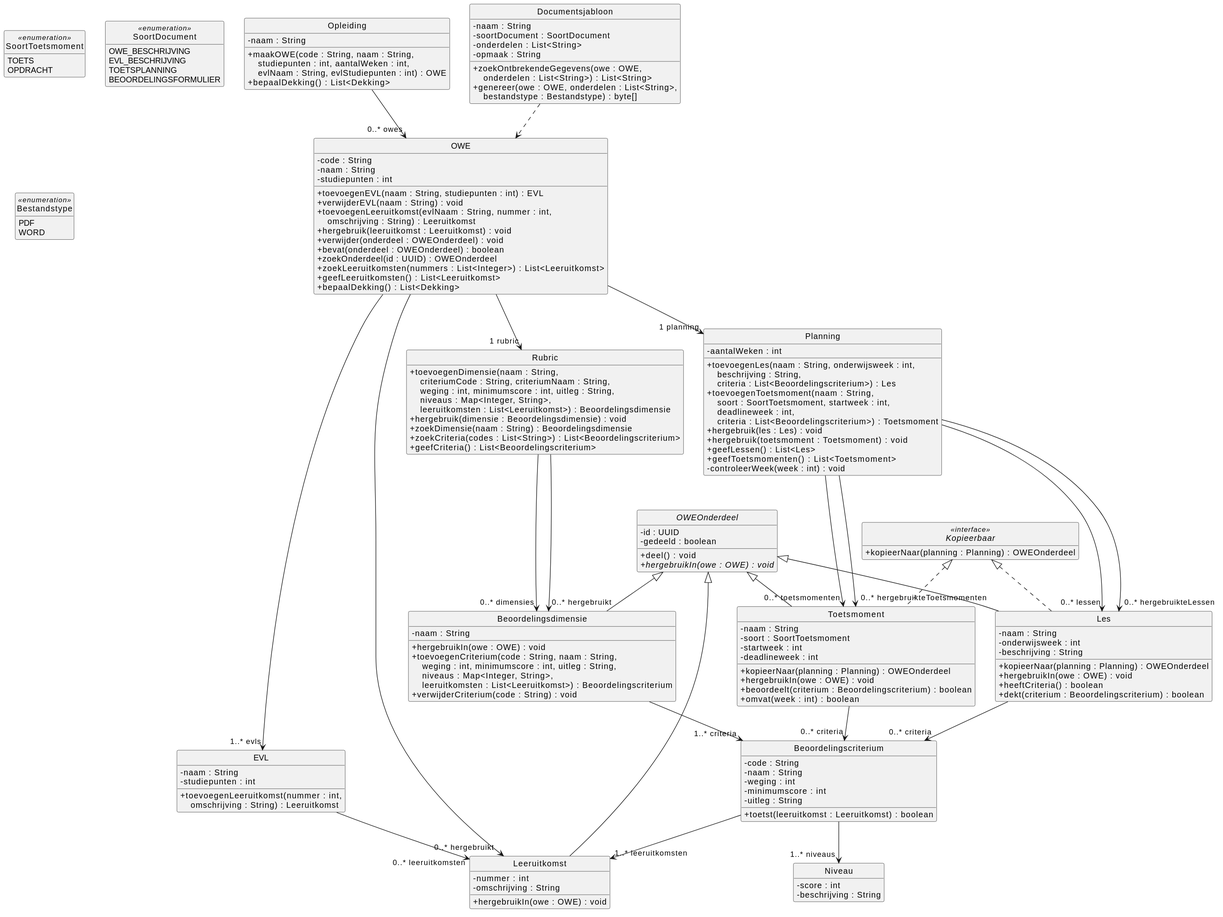
Earlier version of the PlantUML export docs/diagrams/klassendiagram-domein.svg (HAN-Craftsmanship-KL-JJG/casus).
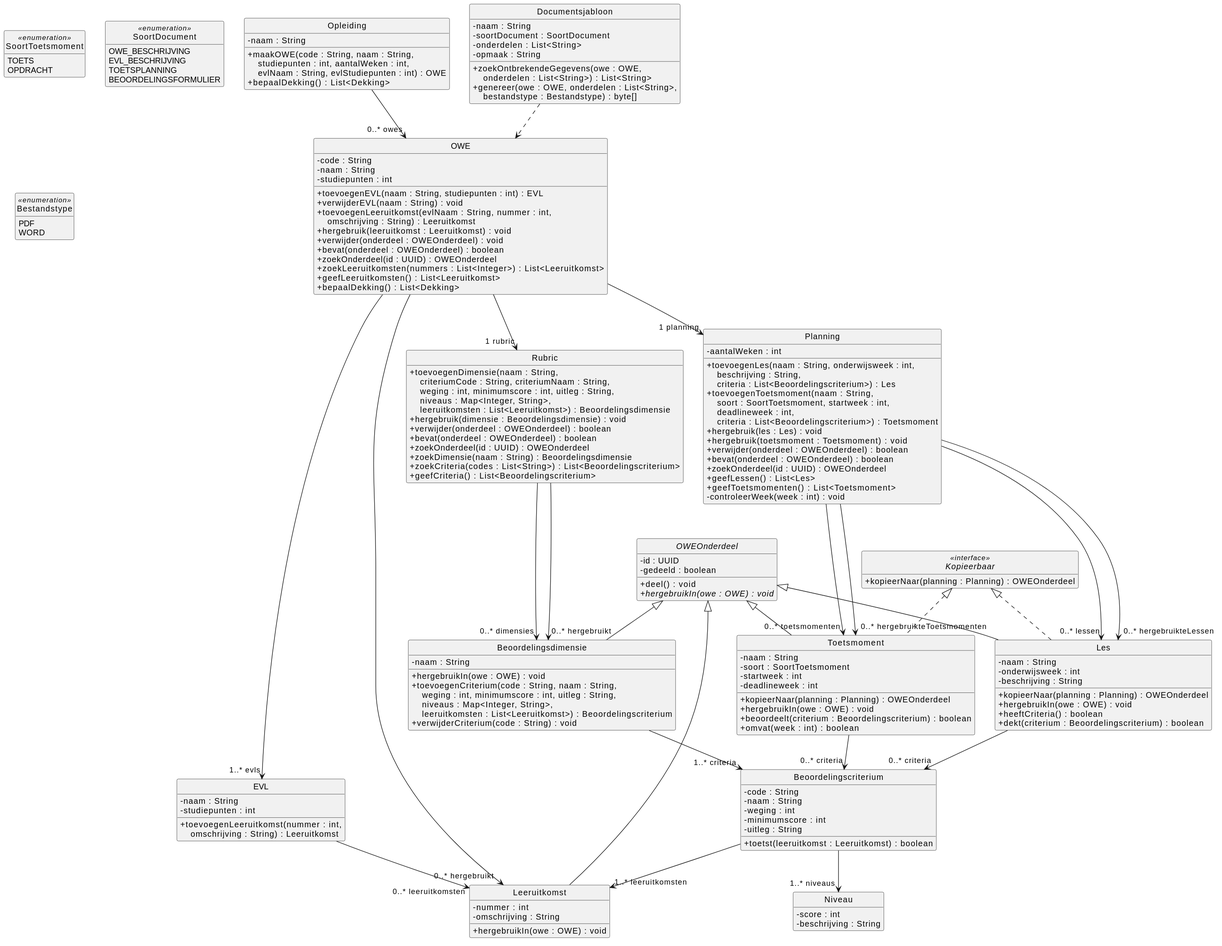
Later version of the same file.

Diff of the diagram source:
```diff
@@ -30,6 +30,9 @@
 class Rubric {
   + toevoegenDimensie(naam : String,\n    criteriumCode : String, criteriumNaam : String,\n    weging : int, minimumscore : int, uitleg : String,\n    niveaus : Map<Integer, String>,\n    leeruitkomsten : List<Leeruitkomst>) : Beoordelingsdimensie
   + hergebruik(dimensie : Beoordelingsdimensie) : void
+  + verwijder(onderdeel : OWEOnderdeel) : boolean
+  + bevat(onderdeel : OWEOnderdeel) : boolean
+  + zoekOnderdeel(id : UUID) : OWEOnderdeel
   + zoekDimensie(naam : String) : Beoordelingsdimensie
   + zoekCriteria(codes : List<String>) : List<Beoordelingscriterium>
   + geefCriteria() : List<Beoordelingscriterium>
@@ -41,6 +44,9 @@
   + toevoegenToetsmoment(naam : String,\n    soort : SoortToetsmoment, startweek : int,\n    deadlineweek : int,\n    criteria : List<Beoordelingscriterium>) : Toetsmoment
   + hergebruik(les : Les) : void
   + hergebruik(toetsmoment : Toetsmoment) : void
+  + verwijder(onderdeel : OWEOnderdeel) : boolean
+  + bevat(onderdeel : OWEOnderdeel) : boolean
+  + zoekOnderdeel(id : UUID) : OWEOnderdeel
   + geefLessen() : List<Les>
   + geefToetsmomenten() : List<Toetsmoment>
   - controleerWeek(week : int) : void
```
